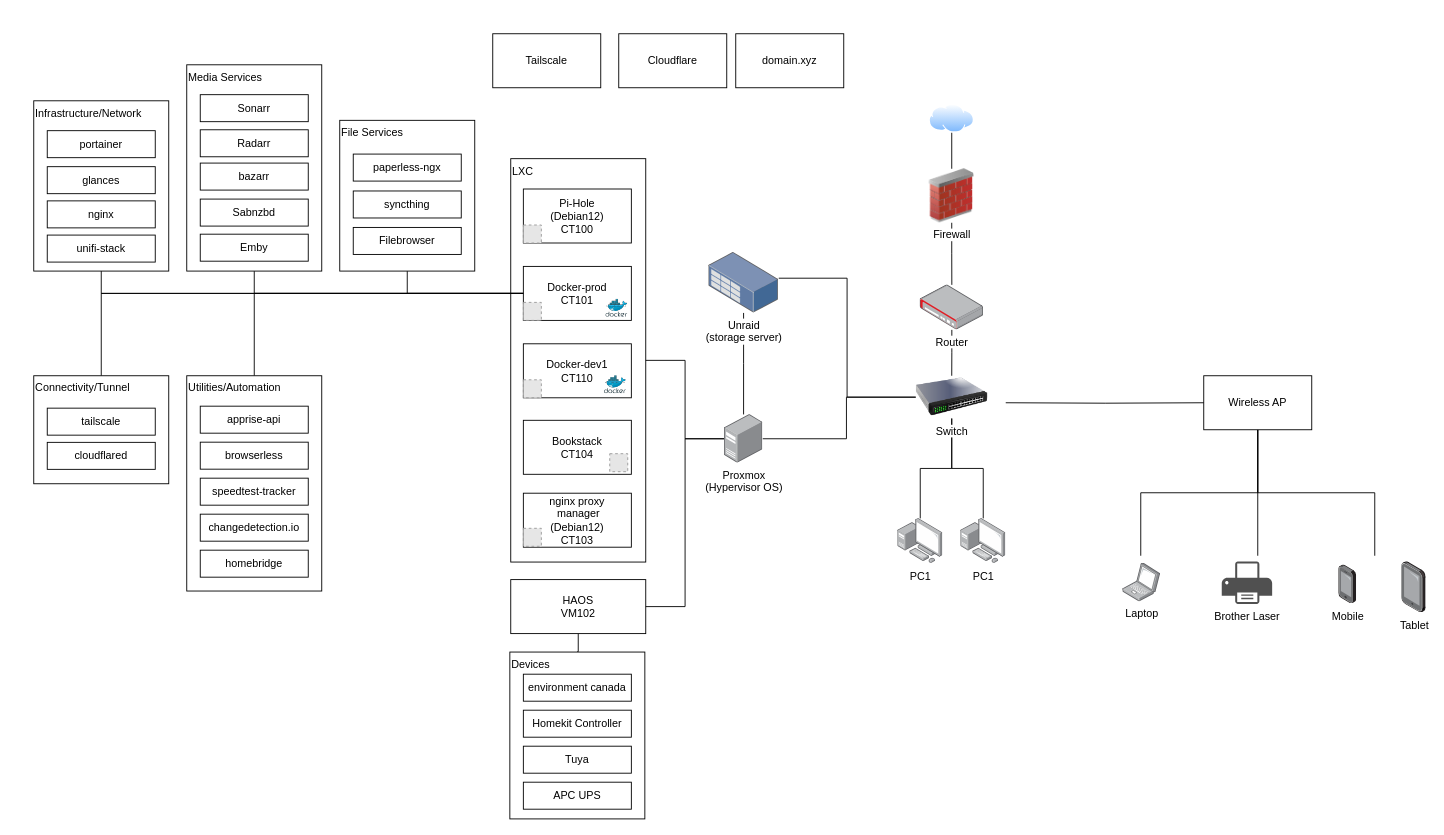
This is 92king_homelab.drawio from danieljai/homelab, a draw.io file, before an edit. Source tidied: cells renumbered, new cells numbered last; positions are measured from the earlier drawing's top-left corner, leaving out a move shared by most shapes. Both pictures are drawn from the tidied source at 90%, with x=0, y=0 at pixel (33, 33). Pictures stored in the file or linked from it are replaced by grey dashed boxes.
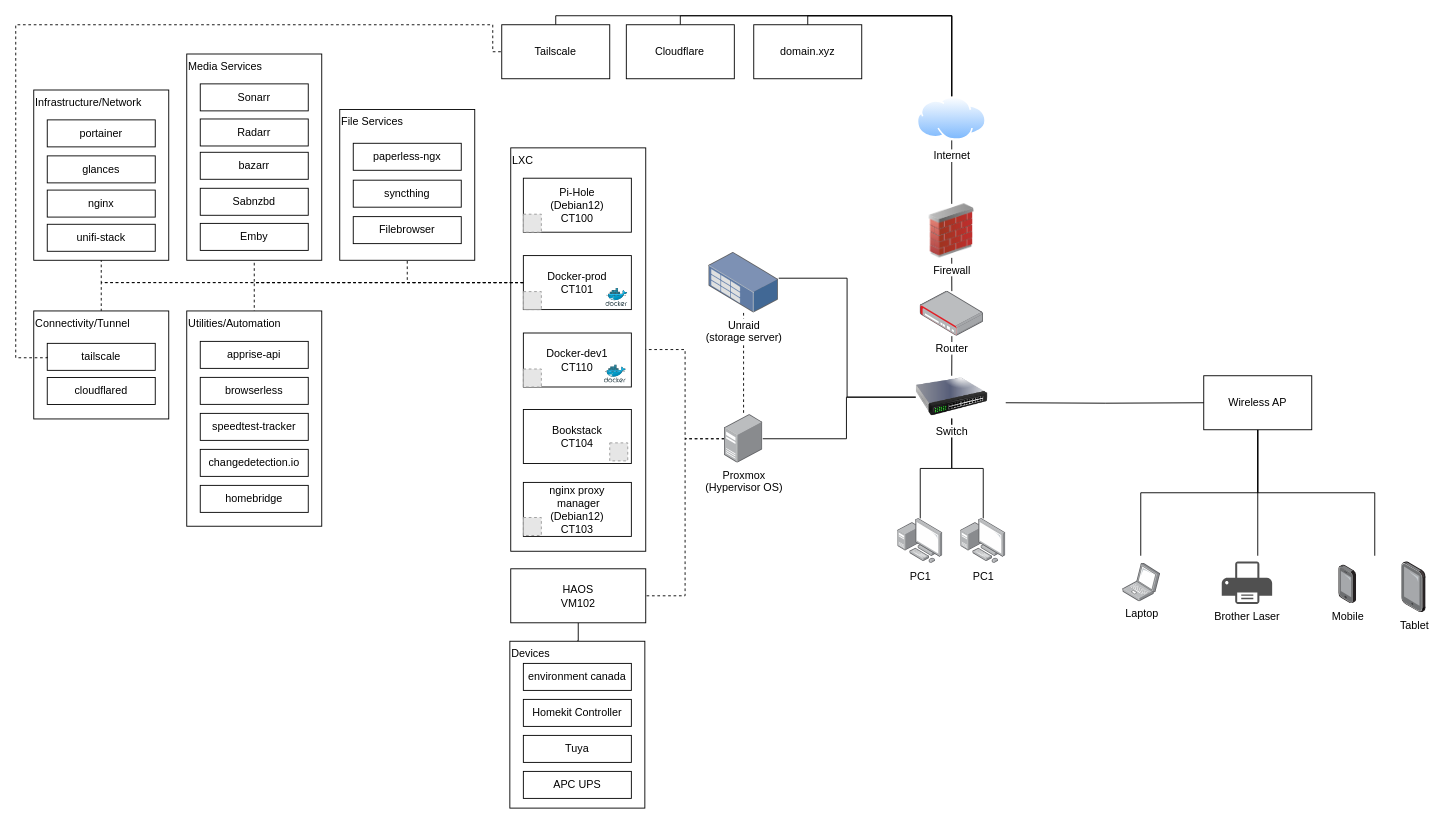
Above is the later version.

Unchanged cells that the change refers to:
```xml
<mxCell id="37" value="Media Services" style="rounded=0;whiteSpace=wrap;html=1;align=left;verticalAlign=top;" parent="36" vertex="1">
  <mxGeometry width="150" height="229.2" as="geometry" />
</mxCell>
<mxCell id="44" value="Infrastructure/Network" style="rounded=0;whiteSpace=wrap;html=1;align=left;verticalAlign=top;" parent="43" vertex="1">
  <mxGeometry width="150" height="189.2" as="geometry" />
</mxCell>
<mxCell id="50" value="Connectivity/Tunnel" style="rounded=0;whiteSpace=wrap;html=1;align=left;verticalAlign=top;" parent="49" vertex="1">
  <mxGeometry width="150" height="120" as="geometry" />
</mxCell>
<mxCell id="51" value="tailscale" style="rounded=0;whiteSpace=wrap;html=1;" parent="49" vertex="1">
  <mxGeometry x="15" y="36" width="120" height="30" as="geometry" />
</mxCell>
<mxCell id="54" value="Utilities/Automation" style="rounded=0;whiteSpace=wrap;html=1;align=left;verticalAlign=top;" parent="53" vertex="1">
  <mxGeometry width="150" height="239.2" as="geometry" />
</mxCell>
<mxCell id="61" value="File Services" style="rounded=0;whiteSpace=wrap;html=1;align=left;verticalAlign=top;" parent="60" vertex="1">
  <mxGeometry width="150" height="167.5" as="geometry" />
</mxCell>
<mxCell id="77" value="Proxmox&lt;div&gt;(Hypervisor OS)&lt;/div&gt;" style="image;points=[];html=1;align=center;shadow=0;dashed=0;image=img/lib/allied_telesis/computer_and_terminals/Server_Desktop.svg;" parent="1" vertex="1">
  <mxGeometry x="767.4" y="423" width="42.6" height="54" as="geometry" />
</mxCell>
<mxCell id="80" value="Unraid&lt;div&gt;(storage server)&lt;/div&gt;" style="image;points=[];html=1;align=center;shadow=0;dashed=0;image=img/lib/allied_telesis/storage/Datacenter_Server_Rack_Storage_Unit_Small.svg;" parent="1" vertex="1">
  <mxGeometry x="750" y="243" width="77.4" height="67.2" as="geometry" />
</mxCell>
```

Change to the diagram source:
```diff
@@
     <mxCell id="2" value="LXC" style="rounded=0;whiteSpace=wrap;html=1;align=left;verticalAlign=top;" parent="1" vertex="1">
-      <mxGeometry x="530" y="138.8" width="150" height="448.2" as="geometry" />
+      <mxGeometry x="530" y="126.8" width="150" height="448.2" as="geometry" />
     </mxCell>
@@
     <mxCell id="8" value="Docker-dev1&lt;div&gt;&lt;div&gt;CT110&lt;/div&gt;&lt;/div&gt;" style="rounded=0;whiteSpace=wrap;html=1;" parent="1" vertex="1">
-      <mxGeometry x="544" y="344.5" width="120" height="60" as="geometry" />
+      <mxGeometry x="544" y="332.5" width="120" height="60" as="geometry" />
     </mxCell>
-    <mxCell id="9" style="edgeStyle=orthogonalEdgeStyle;rounded=0;jettySize=auto;html=1;endArrow=none;startFill=0;" parent="1" edge="1" source="13" target="50">
+    <mxCell id="9" style="edgeStyle=orthogonalEdgeStyle;rounded=0;jettySize=auto;html=1;endArrow=none;startFill=0;dashed=1;" parent="1" edge="1" source="13" target="50">
       <mxGeometry relative="1" as="geometry" />
     </mxCell>
-    <mxCell id="10" style="edgeStyle=orthogonalEdgeStyle;rounded=0;jettySize=auto;html=1;endArrow=none;startFill=0;" parent="1" edge="1" source="13" target="54">
+    <mxCell id="10" style="edgeStyle=orthogonalEdgeStyle;rounded=0;jettySize=auto;html=1;endArrow=none;startFill=0;dashed=1;" parent="1" edge="1" source="13" target="54">
       <mxGeometry relative="1" as="geometry" />
     </mxCell>
-    <mxCell id="11" style="edgeStyle=orthogonalEdgeStyle;rounded=0;jettySize=auto;html=1;entryX=0.5;entryY=1;entryDx=0;entryDy=0;endArrow=none;startFill=0;" parent="1" edge="1" source="13" target="61">
+    <mxCell id="11" style="edgeStyle=orthogonalEdgeStyle;rounded=0;jettySize=auto;html=1;entryX=0.5;entryY=1;entryDx=0;entryDy=0;endArrow=none;startFill=0;dashed=1;" parent="1" edge="1" source="13" target="61">
       <mxGeometry relative="1" as="geometry" />
     </mxCell>
-    <mxCell id="12" style="edgeStyle=orthogonalEdgeStyle;rounded=0;jettySize=auto;html=1;entryX=0.5;entryY=1;entryDx=0;entryDy=0;endArrow=none;startFill=0;" parent="1" edge="1" source="13" target="37">
+    <mxCell id="12" style="edgeStyle=orthogonalEdgeStyle;rounded=0;jettySize=auto;html=1;entryX=0.5;entryY=1;entryDx=0;entryDy=0;endArrow=none;startFill=0;dashed=1;" parent="1" edge="1" source="13" target="37">
       <mxGeometry relative="1" as="geometry" />
     </mxCell>
     <mxCell id="13" value="Docker-prod&lt;div&gt;&lt;div&gt;CT101&lt;/div&gt;&lt;/div&gt;" style="rounded=0;whiteSpace=wrap;html=1;" parent="1" vertex="1">
-      <mxGeometry x="544" y="258.5" width="120" height="60" as="geometry" />
+      <mxGeometry x="544" y="246.5" width="120" height="60" as="geometry" />
     </mxCell>
@@
     <mxCell id="15" value="HAOS&lt;div&gt;VM102&lt;/div&gt;" style="rounded=0;whiteSpace=wrap;html=1;" parent="1" vertex="1">
-      <mxGeometry x="530" y="606.5" width="150" height="60" as="geometry" />
+      <mxGeometry x="530" y="594.5" width="150" height="60" as="geometry" />
     </mxCell>
     <mxCell id="16" value="Bookstack&lt;div&gt;&lt;div&gt;CT104&lt;/div&gt;&lt;/div&gt;" style="rounded=0;whiteSpace=wrap;html=1;" parent="1" vertex="1">
-      <mxGeometry x="544" y="429.5" width="120" height="60" as="geometry" />
+      <mxGeometry x="544" y="417.5" width="120" height="60" as="geometry" />
     </mxCell>
     <mxCell id="17" value="Pi-Hole&lt;div&gt;(Debian12)&lt;br&gt;&lt;div&gt;CT100&lt;/div&gt;&lt;/div&gt;" style="rounded=0;whiteSpace=wrap;html=1;" parent="1" vertex="1">
-      <mxGeometry x="544" y="172.5" width="120" height="60" as="geometry" />
+      <mxGeometry x="544" y="160.5" width="120" height="60" as="geometry" />
     </mxCell>
     <mxCell id="18" value="nginx proxy&lt;br&gt;&amp;nbsp;manager&lt;div&gt;(Debian12)&lt;br&gt;&lt;div&gt;CT103&lt;/div&gt;&lt;/div&gt;" style="rounded=0;whiteSpace=wrap;html=1;" parent="1" vertex="1">
-      <mxGeometry x="544" y="510.5" width="120" height="60" as="geometry" />
+      <mxGeometry x="544" y="498.5" width="120" height="60" as="geometry" />
     </mxCell>
+    <mxCell id="87" style="edgeStyle=orthogonalEdgeStyle;rounded=0;jettySize=auto;html=1;entryX=0.5;entryY=0;entryDx=0;entryDy=0;endArrow=none;startFill=0;" parent="1" edge="1" source="19" target="23">
+      <mxGeometry relative="1" as="geometry">
+        <Array as="points">
+          <mxPoint x="718" y="-20" />
+          <mxPoint x="1020" y="-20" />
+        </Array>
+      </mxGeometry>
+    </mxCell>
     <mxCell id="19" value="Cloudflare" style="rounded=0;whiteSpace=wrap;html=1;" parent="1" vertex="1">
-      <mxGeometry x="650" width="120" height="60" as="geometry" />
+      <mxGeometry x="658.4" y="-10" width="120" height="60" as="geometry" />
     </mxCell>
+    <mxCell id="88" style="edgeStyle=orthogonalEdgeStyle;rounded=0;jettySize=auto;html=1;endArrow=none;startFill=0;" parent="1" edge="1" source="20" target="23">
+      <mxGeometry relative="1" as="geometry">
+        <Array as="points">
+          <mxPoint x="580" y="-20" />
+          <mxPoint x="1020" y="-20" />
+        </Array>
+      </mxGeometry>
+    </mxCell>
     <mxCell id="20" value="Tailscale" style="rounded=0;whiteSpace=wrap;html=1;" parent="1" vertex="1">
-      <mxGeometry x="510" width="120" height="60" as="geometry" />
+      <mxGeometry x="520" y="-10" width="120" height="60" as="geometry" />
     </mxCell>
+    <mxCell id="89" style="edgeStyle=orthogonalEdgeStyle;rounded=0;jettySize=auto;html=1;endArrow=none;startFill=0;" parent="1" edge="1" source="21" target="23">
+      <mxGeometry relative="1" as="geometry">
+        <Array as="points">
+          <mxPoint x="860" y="-20" />
+          <mxPoint x="1020" y="-20" />
+        </Array>
+      </mxGeometry>
+    </mxCell>
     <mxCell id="21" value="domain.xyz" style="rounded=0;whiteSpace=wrap;html=1;" parent="1" vertex="1">
-      <mxGeometry x="780" width="120" height="60" as="geometry" />
+      <mxGeometry x="800" y="-10" width="120" height="60" as="geometry" />
     </mxCell>
@@
-    <mxCell id="23" style="image;perimeter=ellipsePerimeter;html=1;align=center;shadow=0;dashed=0;spacingTop=3;image=img/lib/active_directory/internet_cloud.svg;" parent="1" vertex="1">
-      <mxGeometry x="995" y="78.5" width="50" height="31.5" as="geometry" />
+    <mxCell id="23" value="Internet" style="image;perimeter=ellipsePerimeter;html=1;align=center;shadow=0;dashed=0;spacingTop=3;image=img/lib/active_directory/internet_cloud.svg;" parent="1" vertex="1">
+      <mxGeometry x="981.5" y="70" width="77" height="48.5" as="geometry" />
     </mxCell>
@@
     <mxCell id="25" value="Firewall" style="image;html=1;image=img/lib/clip_art/networking/Firewall_02_128x128.png;" parent="1" vertex="1">
-      <mxGeometry x="990" y="150" width="60" height="60" as="geometry" />
+      <mxGeometry x="990" y="189" width="60" height="60" as="geometry" />
     </mxCell>
@@
     <mxCell id="27" value="Router" style="image;points=[];html=1;align=center;shadow=0;dashed=0;image=img/lib/allied_telesis/security/Router_VPN.svg;" parent="1" vertex="1">
-      <mxGeometry x="984.8" y="279" width="70.5" height="50" as="geometry" />
+      <mxGeometry x="984.8" y="286" width="70.5" height="50" as="geometry" />
     </mxCell>
@@
     <mxCell id="34" style="image;sketch=0;html=1;align=center;fontSize=12;image=img/lib/mscae/Docker.svg;" parent="1" vertex="1">
-      <mxGeometry x="635.6" y="295" width="24.4" height="20" as="geometry" />
+      <mxGeometry x="635.6" y="283" width="24.4" height="20" as="geometry" />
     </mxCell>
@@
     <mxCell id="36" style="group;" parent="1" vertex="1">
-      <mxGeometry x="170" y="34.5" width="150" height="229.2" as="geometry" />
+      <mxGeometry x="170" y="22.5" width="150" height="229.2" as="geometry" />
     </mxCell>
@@
     <mxCell id="43" style="group;" parent="1" vertex="1">
-      <mxGeometry y="74.5" width="150" height="189.2" as="geometry" />
+      <mxGeometry y="62.5" width="150" height="189.2" as="geometry" />
     </mxCell>
@@
     <mxCell id="49" style="group;" parent="1" vertex="1">
-      <mxGeometry y="380" width="150" height="120" as="geometry" />
+      <mxGeometry y="308" width="150" height="120" as="geometry" />
     </mxCell>
@@
     <mxCell id="53" style="group;" parent="1" vertex="1">
-      <mxGeometry x="170" y="380" width="150" height="239.2" as="geometry" />
+      <mxGeometry x="170" y="308" width="150" height="239.2" as="geometry" />
     </mxCell>
@@
     <mxCell id="60" style="group;" parent="1" vertex="1">
-      <mxGeometry x="340" y="96.2" width="150" height="167.5" as="geometry" />
+      <mxGeometry x="340" y="84.2" width="150" height="167.5" as="geometry" />
     </mxCell>
@@
-    <mxCell id="65" style="edgeStyle=orthogonalEdgeStyle;rounded=0;jettySize=auto;html=1;entryX=0.5;entryY=1;entryDx=0;entryDy=0;endArrow=none;startFill=0;" parent="1" edge="1" source="13" target="44">
+    <mxCell id="65" style="edgeStyle=orthogonalEdgeStyle;rounded=0;jettySize=auto;html=1;entryX=0.5;entryY=1;entryDx=0;entryDy=0;endArrow=none;startFill=0;dashed=1;" parent="1" edge="1" source="13" target="44">
       <mxGeometry relative="1" as="geometry" />
     </mxCell>
     <mxCell id="66" style="image;sketch=0;html=1;align=center;fontSize=12;image=img/lib/mscae/Docker.svg;" parent="1" vertex="1">
-      <mxGeometry x="634" y="380" width="24.4" height="20" as="geometry" />
+      <mxGeometry x="634" y="368" width="24.4" height="20" as="geometry" />
     </mxCell>
     <mxCell id="67" style="fillColor=#E6E6E6;strokeColor=#999999;dashed=1;html=1;verticalAlign=top;verticalLabelPosition=bottom;labelBackgroundColor=#ffffff;" parent="1" vertex="1">
-      <mxGeometry x="640" y="466.6" width="20" height="20" as="geometry" />
+      <mxGeometry x="640" y="454.6" width="20" height="20" as="geometry" />
     </mxCell>
     <mxCell id="68" style="fillColor=#E6E6E6;strokeColor=#999999;dashed=1;html=1;verticalAlign=top;verticalLabelPosition=bottom;labelBackgroundColor=#ffffff;" parent="1" vertex="1">
-      <mxGeometry x="544" y="549.5" width="20" height="20" as="geometry" />
+      <mxGeometry x="544" y="537.5" width="20" height="20" as="geometry" />
     </mxCell>
     <mxCell id="69" style="fillColor=#E6E6E6;strokeColor=#999999;dashed=1;html=1;verticalAlign=top;verticalLabelPosition=bottom;labelBackgroundColor=#ffffff;" parent="1" vertex="1">
-      <mxGeometry x="544" y="384.5" width="20" height="20" as="geometry" />
+      <mxGeometry x="544" y="372.5" width="20" height="20" as="geometry" />
     </mxCell>
     <mxCell id="70" style="fillColor=#E6E6E6;strokeColor=#999999;dashed=1;html=1;verticalAlign=top;verticalLabelPosition=bottom;labelBackgroundColor=#ffffff;" parent="1" vertex="1">
-      <mxGeometry x="544" y="298.5" width="20" height="20" as="geometry" />
+      <mxGeometry x="544" y="286.5" width="20" height="20" as="geometry" />
     </mxCell>
     <mxCell id="71" style="fillColor=#E6E6E6;strokeColor=#999999;dashed=1;html=1;verticalAlign=top;verticalLabelPosition=bottom;labelBackgroundColor=#ffffff;" parent="1" vertex="1">
-      <mxGeometry x="544" y="212.5" width="20" height="20" as="geometry" />
+      <mxGeometry x="544" y="200.5" width="20" height="20" as="geometry" />
     </mxCell>
@@
-    <mxCell id="75" style="edgeStyle=orthogonalEdgeStyle;rounded=0;jettySize=auto;html=1;entryX=1;entryY=0.5;entryDx=0;entryDy=0;endArrow=none;startFill=0;" parent="1" edge="1" source="77" target="2">
+    <mxCell id="75" style="edgeStyle=orthogonalEdgeStyle;rounded=0;jettySize=auto;html=1;entryX=1;entryY=0.5;entryDx=0;entryDy=0;endArrow=none;startFill=0;dashed=1;" parent="1" edge="1" source="77" target="2">
       <mxGeometry relative="1" as="geometry" />
     </mxCell>
-    <mxCell id="76" style="edgeStyle=orthogonalEdgeStyle;rounded=0;jettySize=auto;html=1;entryX=1;entryY=0.5;entryDx=0;entryDy=0;endArrow=none;startFill=0;" parent="1" edge="1" source="77" target="15">
+    <mxCell id="76" style="edgeStyle=orthogonalEdgeStyle;rounded=0;jettySize=auto;html=1;entryX=1;entryY=0.5;entryDx=0;entryDy=0;endArrow=none;startFill=0;dashed=1;" parent="1" edge="1" source="77" target="15">
       <mxGeometry relative="1" as="geometry" />
     </mxCell>
@@
-    <mxCell id="79" style="edgeStyle=orthogonalEdgeStyle;rounded=0;jettySize=auto;html=1;endArrow=none;startFill=0;" parent="1" edge="1" source="80" target="77">
+    <mxCell id="79" style="edgeStyle=orthogonalEdgeStyle;rounded=0;jettySize=auto;html=1;endArrow=none;startFill=0;dashed=1;" parent="1" edge="1" source="80" target="77">
       <mxGeometry relative="1" as="geometry" />
     </mxCell>
@@
     <mxCell id="81" style="group;" parent="1" vertex="1">
-      <mxGeometry x="529" y="687" width="150" height="185.4" as="geometry" />
+      <mxGeometry x="529" y="675" width="150" height="185.4" as="geometry" />
     </mxCell>
@@
+    <mxCell id="90" style="edgeStyle=orthogonalEdgeStyle;rounded=0;jettySize=auto;html=1;entryX=0;entryY=0.5;entryDx=0;entryDy=0;exitX=0;exitY=0.5;exitDx=0;exitDy=0;dashed=1;endArrow=none;startFill=0;" parent="1" edge="1" source="51" target="20">
+      <mxGeometry relative="1" as="geometry">
+        <Array as="points">
+          <mxPoint x="-20" y="360" />
+          <mxPoint x="-20" y="-10" />
+          <mxPoint x="510" y="-10" />
+          <mxPoint x="510" y="20" />
+        </Array>
+      </mxGeometry>
+    </mxCell>
```
